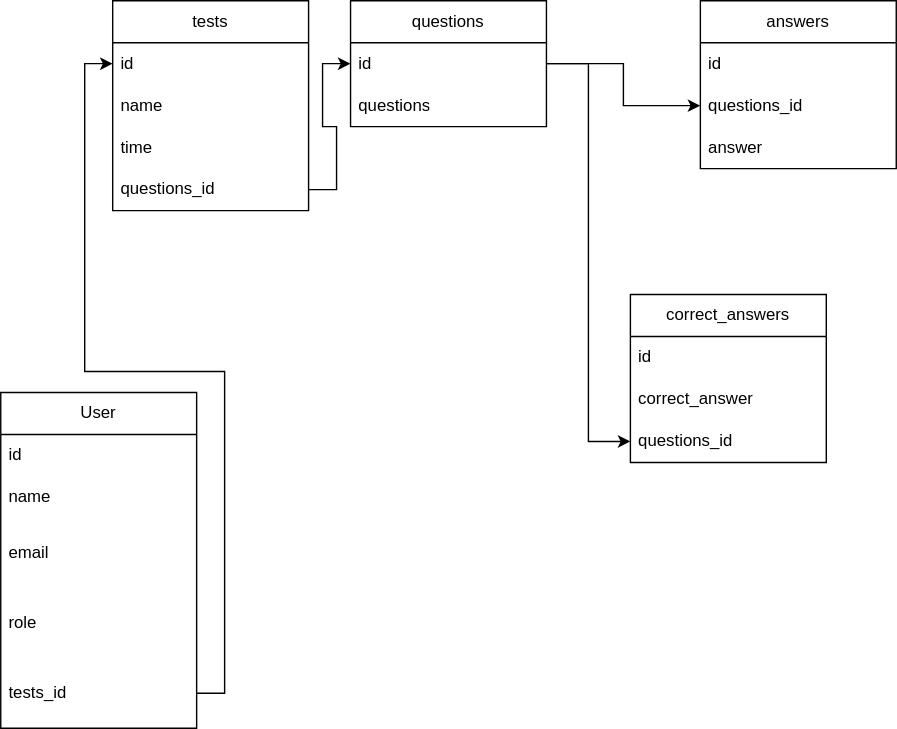
Before: backend/ralation.svg, a diagram exported from draw.io (anikievgr/Electronic_diary-course_project). Source tidied: cells renumbered, new cells last; positions are measured from the earlier drawing's top-left corner, leaving out a move shared by most shapes.
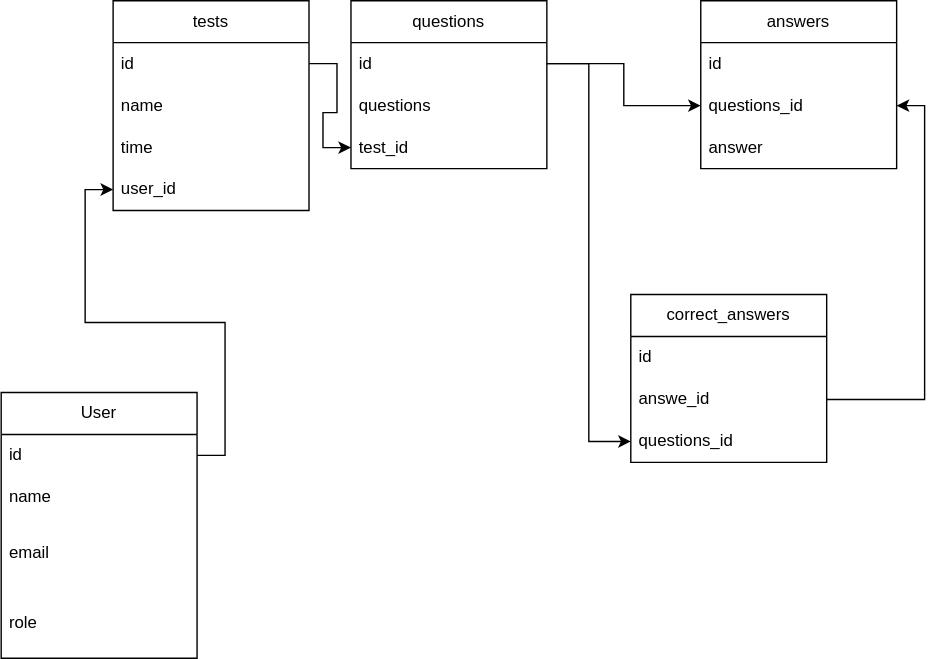
After the commit.

Commit message:
Другой вид бд

The edit, as a diff of the source:
```diff
@@ -3,7 +3,7 @@
     <mxCell id="0" />
     <mxCell id="1" parent="0" />
     <mxCell id="2" value="User" style="swimlane;fontStyle=0;horizontal=1;startSize=30;whiteSpace=wrap;html=1;" parent="1" vertex="1">
-      <mxGeometry y="280" width="140" height="240" as="geometry" />
+      <mxGeometry y="280" width="140" height="190" as="geometry" />
     </mxCell>
     <mxCell id="3" value="id" style="text;strokeColor=none;fillColor=none;align=left;verticalAlign=middle;spacingLeft=4;spacingRight=4;overflow=hidden;points=[[0,0.5],[1,0.5]];portConstraint=eastwest;whiteSpace=wrap;html=1;" parent="2" vertex="1">
       <mxGeometry y="30" width="140" height="30" as="geometry" />
@@ -17,9 +17,6 @@
     <mxCell id="6" value="role" style="text;strokeColor=none;fillColor=none;align=left;verticalAlign=middle;spacingLeft=4;spacingRight=4;overflow=hidden;whiteSpace=wrap;html=1;" parent="2" vertex="1">
       <mxGeometry y="140" width="140" height="50" as="geometry" />
     </mxCell>
-    <mxCell id="7" value="tests_id" style="text;strokeColor=none;fillColor=none;align=left;verticalAlign=middle;spacingLeft=4;spacingRight=4;overflow=hidden;points=[[0,0.5],[1,0.5]];portConstraint=eastwest;whiteSpace=wrap;html=1;" parent="2" vertex="1">
-      <mxGeometry y="190" width="140" height="50" as="geometry" />
-    </mxCell>
     <mxCell id="8" value="tests" style="swimlane;fontStyle=0;horizontal=1;startSize=30;whiteSpace=wrap;html=1;" parent="1" vertex="1">
       <mxGeometry x="80" width="140" height="150" as="geometry" />
     </mxCell>
@@ -32,11 +29,11 @@
     <mxCell id="11" value="time" style="text;strokeColor=none;fillColor=none;align=left;verticalAlign=middle;spacingLeft=4;spacingRight=4;overflow=hidden;whiteSpace=wrap;html=1;" parent="8" vertex="1">
       <mxGeometry y="90" width="140" height="30" as="geometry" />
     </mxCell>
-    <mxCell id="12" value="&lt;span style=&quot;text-align: center;&quot;&gt;questions_id&lt;/span&gt;" style="text;strokeColor=none;fillColor=none;align=left;verticalAlign=middle;spacingLeft=4;spacingRight=4;overflow=hidden;points=[[0,0.5],[1,0.5]];portConstraint=eastwest;whiteSpace=wrap;html=1;" parent="8" vertex="1">
-      <mxGeometry y="120" width="140" height="30" as="geometry" />
-    </mxCell>
+    <mxCell id="28" value="user_id" style="text;strokeColor=none;fillColor=none;align=left;verticalAlign=middle;spacingLeft=4;spacingRight=4;overflow=hidden;points=[[0,0.5],[1,0.5]];portConstraint=eastwest;whiteSpace=wrap;html=1;" parent="8" vertex="1">
+      <mxGeometry y="120" width="140" height="30" as="geometry" />
+    </mxCell>
     <mxCell id="13" value="questions" style="swimlane;fontStyle=0;horizontal=1;startSize=30;whiteSpace=wrap;html=1;" parent="1" vertex="1">
-      <mxGeometry x="250" width="140" height="90" as="geometry" />
+      <mxGeometry x="250" width="140" height="120" as="geometry" />
     </mxCell>
     <mxCell id="14" value="id" style="text;strokeColor=none;fillColor=none;align=left;verticalAlign=middle;spacingLeft=4;spacingRight=4;overflow=hidden;points=[[0,0.5],[1,0.5]];portConstraint=eastwest;whiteSpace=wrap;html=1;" parent="13" vertex="1">
       <mxGeometry y="30" width="140" height="30" as="geometry" />
@@ -44,9 +41,9 @@
     <mxCell id="15" value="&lt;span style=&quot;text-align: center;&quot;&gt;questions&lt;/span&gt;" style="text;strokeColor=none;fillColor=none;align=left;verticalAlign=middle;spacingLeft=4;spacingRight=4;overflow=hidden;whiteSpace=wrap;html=1;" parent="13" vertex="1">
       <mxGeometry y="60" width="140" height="30" as="geometry" />
     </mxCell>
-    <mxCell id="16" style="edgeStyle=orthogonalEdgeStyle;rounded=0;jettySize=auto;html=1;exitX=1;exitY=0.5;exitDx=0;exitDy=0;" parent="1" edge="1" source="12" target="14">
-      <mxGeometry relative="1" as="geometry" />
-    </mxCell>
+    <mxCell id="29" value="test_id" style="text;strokeColor=none;fillColor=none;align=left;verticalAlign=middle;spacingLeft=4;spacingRight=4;overflow=hidden;points=[[0,0.5],[1,0.5]];portConstraint=eastwest;whiteSpace=wrap;html=1;" parent="13" vertex="1">
+      <mxGeometry y="90" width="140" height="30" as="geometry" />
+    </mxCell>
     <mxCell id="17" value="answers" style="swimlane;fontStyle=0;horizontal=1;startSize=30;whiteSpace=wrap;html=1;" parent="1" vertex="1">
       <mxGeometry x="500" width="140" height="120" as="geometry" />
     </mxCell>
@@ -65,20 +62,26 @@
     <mxCell id="22" value="id" style="text;strokeColor=none;fillColor=none;align=left;verticalAlign=middle;spacingLeft=4;spacingRight=4;overflow=hidden;whiteSpace=wrap;html=1;" parent="21" vertex="1">
       <mxGeometry y="30" width="140" height="30" as="geometry" />
     </mxCell>
-    <mxCell id="23" value="correct_answer" style="text;strokeColor=none;fillColor=none;align=left;verticalAlign=middle;spacingLeft=4;spacingRight=4;overflow=hidden;points=[[0,0.5],[1,0.5]];portConstraint=eastwest;whiteSpace=wrap;html=1;" parent="21" vertex="1">
+    <mxCell id="23" value="answe_id" style="text;strokeColor=none;fillColor=none;align=left;verticalAlign=middle;spacingLeft=4;spacingRight=4;overflow=hidden;points=[[0,0.5],[1,0.5]];portConstraint=eastwest;whiteSpace=wrap;html=1;" parent="21" vertex="1">
       <mxGeometry y="60" width="140" height="30" as="geometry" />
     </mxCell>
     <mxCell id="24" value="&lt;span style=&quot;text-align: center;&quot;&gt;questions_id&lt;/span&gt;" style="text;strokeColor=none;fillColor=none;align=left;verticalAlign=middle;spacingLeft=4;spacingRight=4;overflow=hidden;points=[[0,0.5],[1,0.5]];portConstraint=eastwest;whiteSpace=wrap;html=1;" parent="21" vertex="1">
       <mxGeometry y="90" width="140" height="30" as="geometry" />
     </mxCell>
-    <mxCell id="25" style="edgeStyle=orthogonalEdgeStyle;rounded=0;jettySize=auto;html=1;exitX=1;exitY=0.5;exitDx=0;exitDy=0;entryX=0;entryY=0.5;entryDx=0;entryDy=0;" parent="1" edge="1" source="7" target="9">
-      <mxGeometry relative="1" as="geometry" />
-    </mxCell>
     <mxCell id="26" style="edgeStyle=orthogonalEdgeStyle;rounded=0;jettySize=auto;html=1;exitX=1;exitY=0.5;exitDx=0;exitDy=0;entryX=0;entryY=0.5;entryDx=0;entryDy=0;" parent="1" edge="1" source="14" target="19">
       <mxGeometry relative="1" as="geometry" />
     </mxCell>
     <mxCell id="27" style="edgeStyle=orthogonalEdgeStyle;rounded=0;jettySize=auto;html=1;exitX=1;exitY=0.5;exitDx=0;exitDy=0;entryX=0;entryY=0.5;entryDx=0;entryDy=0;" parent="1" edge="1" source="14" target="24">
       <mxGeometry relative="1" as="geometry" />
     </mxCell>
+    <mxCell id="30" style="edgeStyle=orthogonalEdgeStyle;rounded=0;jettySize=auto;html=1;exitX=1;exitY=0.5;exitDx=0;exitDy=0;" parent="1" edge="1" source="9" target="29">
+      <mxGeometry relative="1" as="geometry" />
+    </mxCell>
+    <mxCell id="31" style="edgeStyle=orthogonalEdgeStyle;rounded=0;jettySize=auto;html=1;exitX=1;exitY=0.5;exitDx=0;exitDy=0;entryX=0;entryY=0.5;entryDx=0;entryDy=0;" parent="1" edge="1" source="3" target="28">
+      <mxGeometry relative="1" as="geometry" />
+    </mxCell>
+    <mxCell id="32" style="edgeStyle=orthogonalEdgeStyle;rounded=0;jettySize=auto;html=1;exitX=1;exitY=0.5;exitDx=0;exitDy=0;entryX=1;entryY=0.5;entryDx=0;entryDy=0;" parent="1" edge="1" source="23" target="19">
+      <mxGeometry relative="1" as="geometry" />
+    </mxCell>
   </root>
 </mxGraphModel>
```
